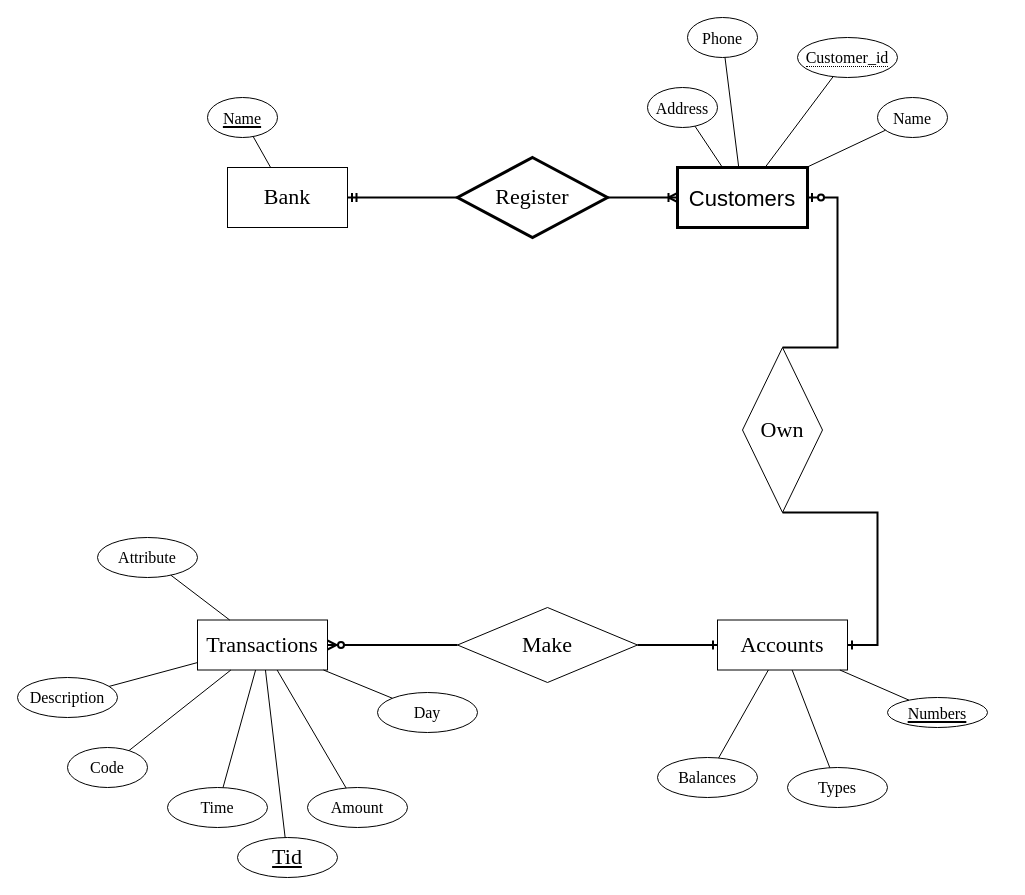
Earlier version of the draw.io diagram Bank Diagram.drawio (TrungNgo21/ERD_SQL). Source tidied: cells renumbered, new cells numbered last; positions are measured from the earlier drawing's top-left corner, leaving out a move shared by most shapes. Both pictures are drawn from the tidied source at 100%, with x=0, y=0 at pixel (17, 17).
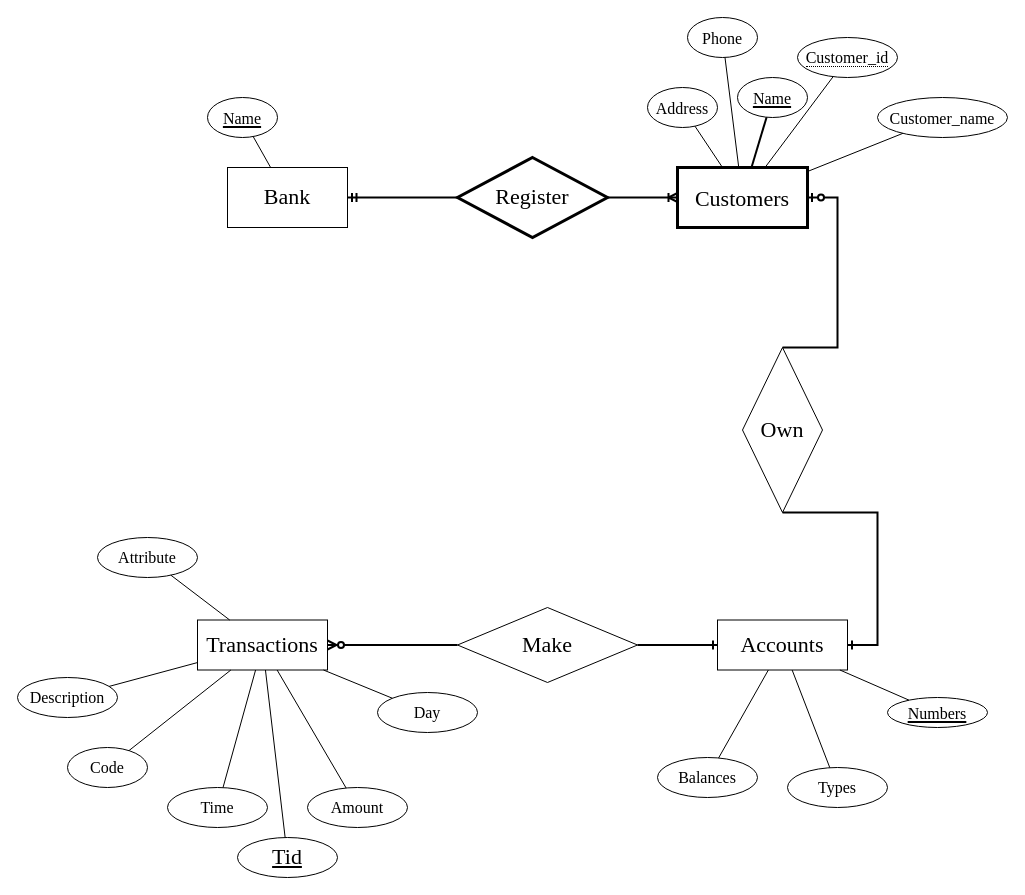
The same diagram, later.

The edit, as a diff of the source:
```diff
@@
-    <mxCell id="2" value="&lt;font style=&quot;font-size: 22px&quot;&gt;Customers&lt;/font&gt;" style="rounded=0;whiteSpace=wrap;html=1;strokeWidth=3;fontSize=25;" parent="1" vertex="1">
+    <mxCell id="2" value="&lt;font style=&quot;font-size: 22px&quot; face=&quot;Times New Roman&quot;&gt;Customers&lt;/font&gt;" style="rounded=0;whiteSpace=wrap;html=1;strokeWidth=3;fontSize=25;" parent="1" vertex="1">
       <mxGeometry x="660" y="150" width="130" height="60" as="geometry" />
     </mxCell>
@@
-    <mxCell id="10" value="&lt;span style=&quot;font-size: 16px&quot;&gt;Name&lt;/span&gt;" style="ellipse;whiteSpace=wrap;html=1;fontFamily=Times New Roman;fontSize=22;strokeWidth=1;fontStyle=0;" parent="1" vertex="1">
-      <mxGeometry x="860" y="80" width="70" height="40" as="geometry" />
+    <mxCell id="10" value="&lt;span style=&quot;font-size: 16px&quot;&gt;Customer_name&lt;/span&gt;" style="ellipse;whiteSpace=wrap;html=1;fontFamily=Times New Roman;fontSize=22;strokeWidth=1;fontStyle=0;" parent="1" vertex="1">
+      <mxGeometry x="860" y="80" width="130" height="40" as="geometry" />
     </mxCell>
@@
+    <mxCell id="45" value="&lt;font style=&quot;font-size: 16px&quot;&gt;Name&lt;/font&gt;" style="ellipse;whiteSpace=wrap;html=1;fontFamily=Times New Roman;fontSize=22;strokeWidth=1;fontStyle=4;" parent="1" vertex="1">
+      <mxGeometry x="720" y="60" width="70" height="40" as="geometry" />
+    </mxCell>
+    <mxCell id="46" style="endArrow=none;html=1;rounded=0;fontFamily=Times New Roman;fontSize=22;strokeWidth=2;" parent="1" edge="1" source="45" target="2">
+      <mxGeometry relative="1" as="geometry" />
+    </mxCell>
```
